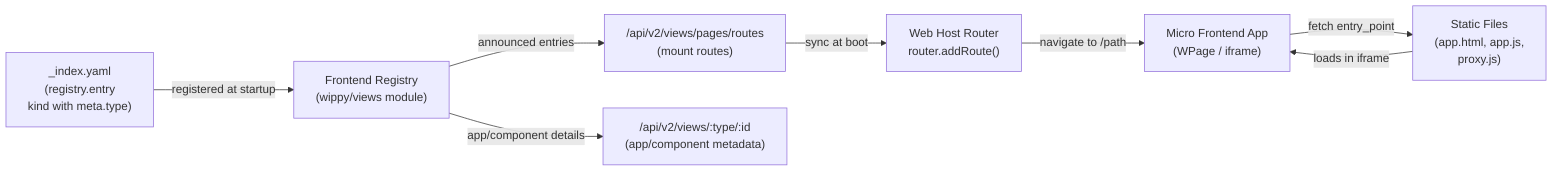
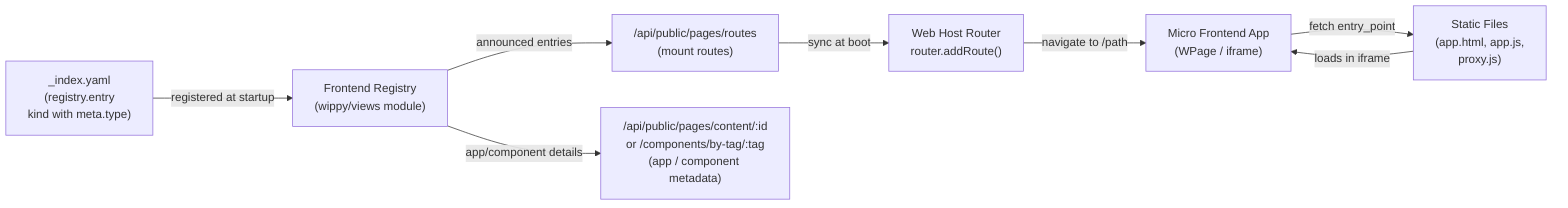
flowchart LR
    YAML["_index.yaml\n(registry.entry\nkind with meta.type)"]
    Registry["Frontend Registry\n(wippy/views module)"]
-     API1["/api/v2/views/pages/routes\n(mount routes)"]
-     API2["/api/v2/views/:type/:id\n(app/component metadata)"]
+     API1["/api/public/pages/routes\n(mount routes)"]
+     API2["/api/public/pages/content/:id\nor /components/by-tag/:tag\n(app / component metadata)"]
    Router["Web Host Router\nrouter.addRoute()"]
    App["Micro Frontend App\n(WPage / iframe)"]
    StaticFiles["Static Files\n(app.html, app.js,\nproxy.js)"]

    YAML -->|"registered at startup"| Registry
    Registry -->|"announced entries"| API1
    Registry -->|"app/component details"| API2
    API1 -->|"sync at boot"| Router
    Router -->|"navigate to /path"| App
    App -->|"fetch entry_point"| StaticFiles
    StaticFiles -->|"loads in iframe"| App
